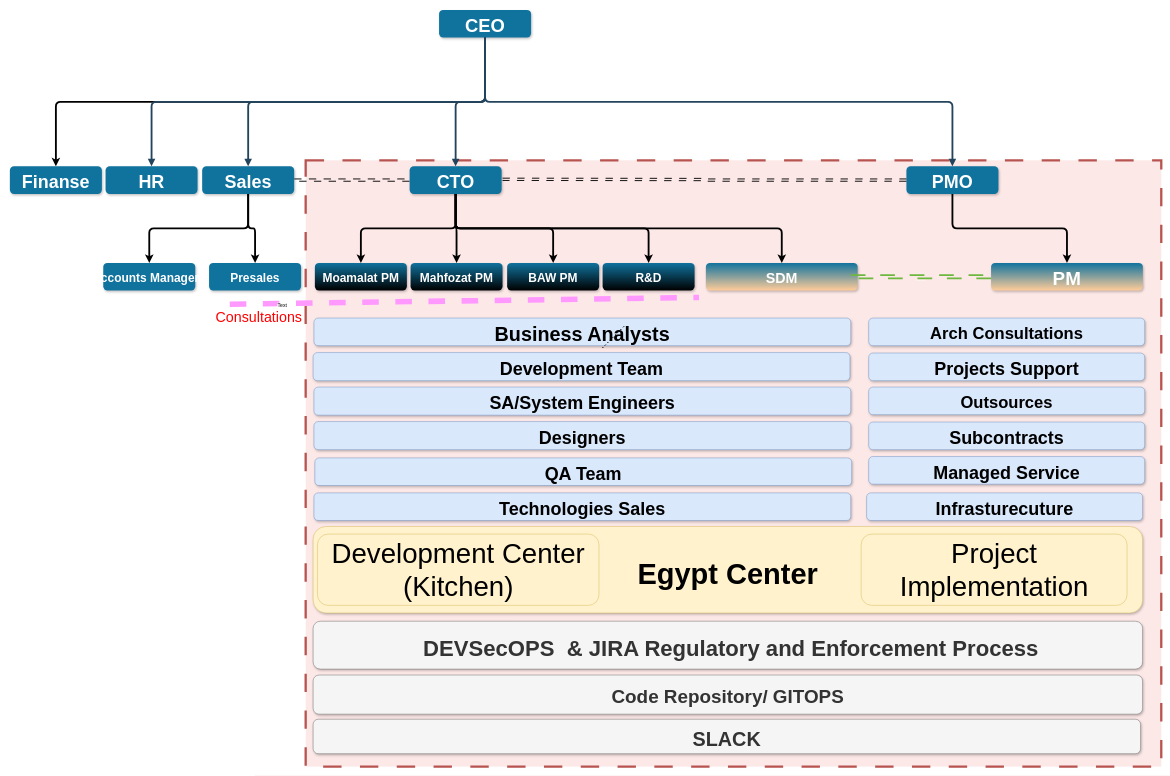
Above: Untitled Diagram9.drawio in Basharabulaban/dataserve (draw.io), before the change. Source tidied: cells renumbered, new cells numbered last; positions are measured from the earlier drawing's top-left corner, leaving out a move shared by most shapes. Both pictures are drawn from the tidied source at 46%, with x=0, y=0 at pixel (10, 10).
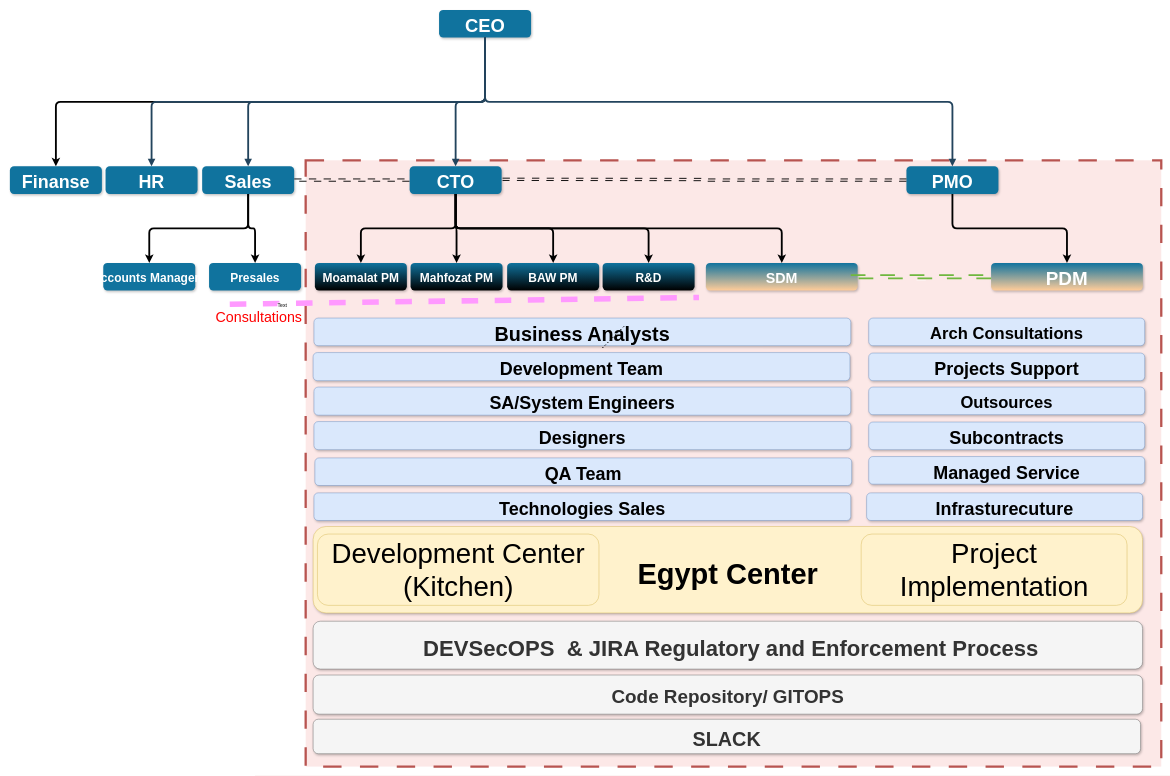
The same page after the edit.

Commit message:
Update Untitled Diagram11drawio

The edit, as a diff of the source:
```diff
@@
-    <mxCell id="29" value="PM" style="rounded=1;fillColor=#10739E;strokeColor=none;shadow=1;gradientColor=#FFCC99;fontStyle=1;fontColor=#FFFFFF;fontSize=41;" parent="1" vertex="1">
+    <mxCell id="29" value="PDM" style="rounded=1;fillColor=#10739E;strokeColor=none;shadow=1;gradientColor=#FFCC99;fontStyle=1;fontColor=#FFFFFF;fontSize=41;" parent="1" vertex="1">
       <mxGeometry x="2133" y="550" width="330" height="60" as="geometry" />
     </mxCell>
```
